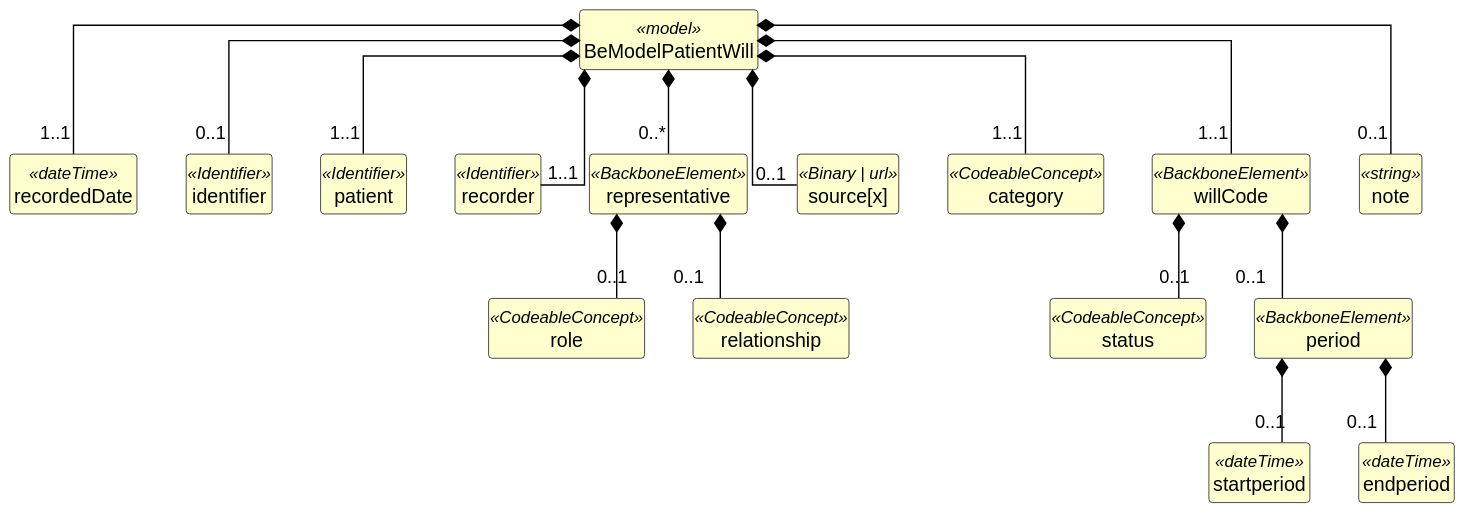
caresets/caresets-src keeps this PlantUML diagram as exports/diagrams/BeModelPatientWill-uml.svg. Above is the earlier version.
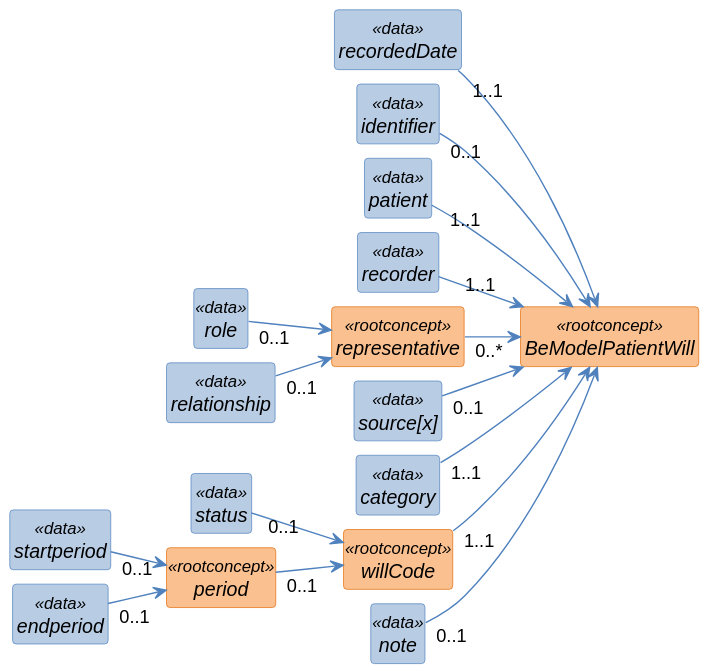
After the commit.

What changed in the source:
```diff
@@ -1,78 +1,85 @@
 @startuml
+left to right direction
 skinparam shadowing false
+skinparam nodesep 10
+skinparam ranksep 40
 skinparam classAttributeIconSize 0
-skinparam linetype ortho
 skinparam class {
-  BackgroundColor #FEFECE
-  BorderColor #000000
-  ArrowColor #000000
-  FontStyle bold
-  AttributeFontStyle normal
+  FontStyle italic
+  BackgroundColor<<rootconcept>> #FAC08F
+  BorderColor<<rootconcept>> #E36C0A
+  BackgroundColor<<data>> #B8CCE4
+  BorderColor<<data>> #4F81BD
+  BackgroundColor<<reference>> #D9D9D9
+  BorderColor<<reference>> #808080
+  BackgroundColor<<value set>> #C3D69B
+  BorderColor<<value set>> #77933C
+  ArrowColor #4F81BD
 }
 hide circle
 hide empty members
 
-class "BeModelPatientWill" as BeModelPatientWill <<model>> {
+class "BeModelPatientWill" as BeModelPatientWill <<rootconcept>> {
 }
 
-class "recordedDate" as BeModelPatientWill_recordedDate <<dateTime>> {
+class "recordedDate" as BeModelPatientWill_recordedDate <<data>> {
 }
 
-class "identifier" as BeModelPatientWill_identifier <<Identifier>> {
+class "identifier" as BeModelPatientWill_identifier <<data>> {
 }
 
-class "patient" as BeModelPatientWill_patient <<Identifier>> {
+class "patient" as BeModelPatientWill_patient <<data>> {
 }
 
-class "recorder" as BeModelPatientWill_recorder <<Identifier>> {
+class "recorder" as BeModelPatientWill_recorder <<data>> {
 }
 
-class "representative" as BeModelPatientWill_representative <<BackboneElement>> {
+class "representative" as BeModelPatientWill_representative <<rootconcept>> {
 }
 
-class "role" as BeModelPatientWill_representative_role <<CodeableConcept>> {
+class "role" as BeModelPatientWill_representative_role <<data>> {
 }
 
-class "relationship" as BeModelPatientWill_representative_relationship <<CodeableConcept>> {
+class "relationship" as BeModelPatientWill_representative_relationship <<data>> {
 }
 
-class "source[x]" as BeModelPatientWill_source_x_ <<Binary | url>> {
+class "source[x]" as BeModelPatientWill_source_x_ <<data>> {
 }
 
-class "category" as BeModelPatientWill_category <<CodeableConcept>> {
+class "category" as BeModelPatientWill_category <<data>> {
 }
 
-class "willCode" as BeModelPatientWill_willCode <<BackboneElement>> {
+class "willCode" as BeModelPatientWill_willCode <<rootconcept>> {
 }
 
-class "status" as BeModelPatientWill_willCode_status <<CodeableConcept>> {
+class "status" as BeModelPatientWill_willCode_status <<data>> {
 }
 
-class "period" as BeModelPatientWill_willCode_period <<BackboneElement>> {
+class "period" as BeModelPatientWill_willCode_period <<rootconcept>> {
 }
 
-class "startperiod" as BeModelPatientWill_willCode_period_startperiod <<dateTime>> {
+class "startperiod" as BeModelPatientWill_willCode_period_startperiod <<data>> {
 }
 
-class "endperiod" as BeModelPatientWill_willCode_period_endperiod <<dateTime>> {
+class "endperiod" as BeModelPatientWill_willCode_period_endperiod <<data>> {
 }
 
-class "note" as BeModelPatientWill_note <<string>> {
+class "note" as BeModelPatientWill_note <<data>> {
 }
 
-BeModelPatientWill *-- "1..1" BeModelPatientWill_recordedDate
-BeModelPatientWill *-- "0..1" BeModelPatientWill_identifier
-BeModelPatientWill *-- "1..1" BeModelPatientWill_patient
-BeModelPatientWill *-- "1..1" BeModelPatientWill_recorder
-BeModelPatientWill *-- "0..*" BeModelPatientWill_representative
-BeModelPatientWill_representative *-- "0..1" BeModelPatientWill_representative_role
-BeModelPatientWill_representative *-- "0..1" BeModelPatientWill_representative_relationship
-BeModelPatientWill *-- "0..1" BeModelPatientWill_source_x_
-BeModelPatientWill *-- "1..1" BeModelPatientWill_category
-BeModelPatientWill *-- "1..1" BeModelPatientWill_willCode
-BeModelPatientWill_willCode *-- "0..1" BeModelPatientWill_willCode_status
-BeModelPatientWill_willCode *-- "0..1" BeModelPatientWill_willCode_period
-BeModelPatientWill_willCode_period *-- "0..1" BeModelPatientWill_willCode_period_startperiod
-BeModelPatientWill_willCode_period *-- "0..1" BeModelPatientWill_willCode_period_endperiod
-BeModelPatientWill *-- "0..1" BeModelPatientWill_note
+BeModelPatientWill_recordedDate "1..1" --> BeModelPatientWill
+BeModelPatientWill_identifier "0..1" --> BeModelPatientWill
+BeModelPatientWill_patient "1..1" --> BeModelPatientWill
+BeModelPatientWill_recorder "1..1" --> BeModelPatientWill
+BeModelPatientWill_representative "0..*" --> BeModelPatientWill
+BeModelPatientWill_representative_role "0..1" --> BeModelPatientWill_representative
+BeModelPatientWill_representative_relationship "0..1" --> BeModelPatientWill_representative
+BeModelPatientWill_source_x_ "0..1" --> BeModelPatientWill
+BeModelPatientWill_category "1..1" --> BeModelPatientWill
+BeModelPatientWill_willCode "1..1" --> BeModelPatientWill
+BeModelPatientWill_willCode_status "0..1" --> BeModelPatientWill_willCode
+BeModelPatientWill_willCode_period "0..1" --> BeModelPatientWill_willCode
+BeModelPatientWill_willCode_period_startperiod "0..1" --> BeModelPatientWill_willCode_period
+BeModelPatientWill_willCode_period_endperiod "0..1" --> BeModelPatientWill_willCode_period
+BeModelPatientWill_note "0..1" --> BeModelPatientWill
 @enduml
```
